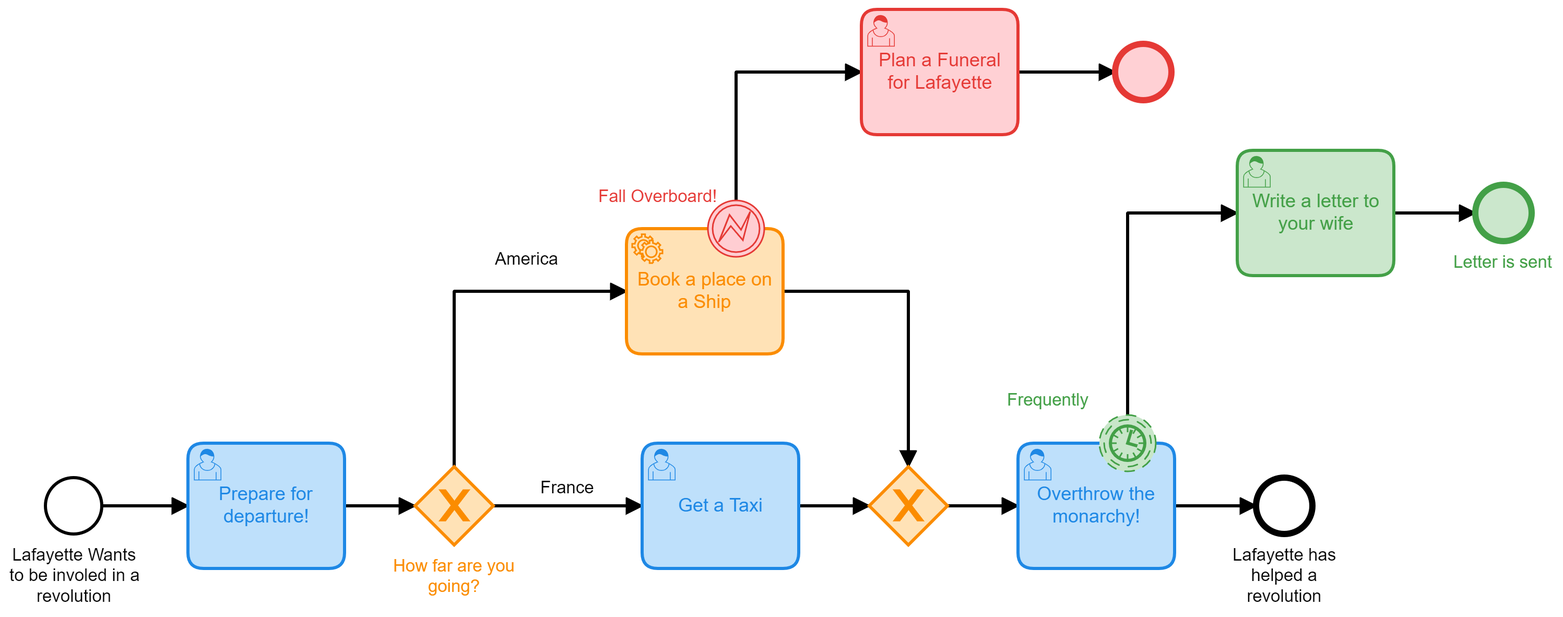
Above: src/main/resources/images/LafayetteV4.png in camunda-community-hub/Camunda-7-Spring-Boot-Tutorial-Lafayette (BPMN), before the change. Its source is kept beside it as src/main/resources/LafayetteV4.bpmn. Ids are renumbered. Its diagram source:
```xml
<bpmn:definitions xmlns:bpmn="http://www.omg.org/spec/BPMN/20100524/MODEL" xmlns:bpmndi="http://www.omg.org/spec/BPMN/20100524/DI" xmlns:dc="http://www.omg.org/spec/DD/20100524/DC" xmlns:di="http://www.omg.org/spec/DD/20100524/DI" xmlns:camunda="http://camunda.org/schema/1.0/bpmn" xmlns:bioc="http://bpmn.io/schema/bpmn/biocolor/1.0" xmlns:xsi="http://www.w3.org/2001/XMLSchema-instance" id="Definitions_n1" targetNamespace="http://bpmn.io/schema/bpmn" exporter="Camunda Modeler" exporterVersion="4.8.0">
  <bpmn:process id="Lafayette-process-v4" name="Lafayette Version 4." isExecutable="true">
    <bpmn:startEvent id="StartEvent_1" name="Lafayette Wants to be involed in a revolution">
      <bpmn:outgoing>SequenceFlow_n2</bpmn:outgoing>
    </bpmn:startEvent>
    <bpmn:sequenceFlow id="SequenceFlow_n2" sourceRef="StartEvent_1" targetRef="Activity_n3" />
    <bpmn:endEvent id="EndEvent_n4" name="Lafayette has helped a revolution">
      <bpmn:incoming>Flow_n5</bpmn:incoming>
    </bpmn:endEvent>
    <bpmn:userTask id="Activity_n3" name="Prepare for departure!" camunda:formKey="camunda-forms:/forms/preparetrip.form">
      <bpmn:incoming>SequenceFlow_n2</bpmn:incoming>
      <bpmn:outgoing>Flow_n6</bpmn:outgoing>
    </bpmn:userTask>
    <bpmn:sequenceFlow id="Flow_n6" sourceRef="Activity_n3" targetRef="Gateway_n7" />
    <bpmn:sequenceFlow id="Flow_n8" sourceRef="Activity_n9" targetRef="Gateway_n10" />
    <bpmn:userTask id="Activity_n9" name="Get a Taxi" camunda:formKey="camunda-forms:/forms/GetTaxi.form">
      <bpmn:incoming>Flow_n11</bpmn:incoming>
      <bpmn:outgoing>Flow_n8</bpmn:outgoing>
    </bpmn:userTask>
    <bpmn:sequenceFlow id="Flow_n5" sourceRef="Activity_n12" targetRef="EndEvent_n4" />
    <bpmn:userTask id="Activity_n12" name="Overthrow the monarchy!">
      <bpmn:incoming>Flow_n13</bpmn:incoming>
      <bpmn:outgoing>Flow_n5</bpmn:outgoing>
    </bpmn:userTask>
    <bpmn:exclusiveGateway id="Gateway_n7" name="How far are you going?">
      <bpmn:incoming>Flow_n6</bpmn:incoming>
      <bpmn:outgoing>Flow_n11</bpmn:outgoing>
      <bpmn:outgoing>Flow_n14</bpmn:outgoing>
    </bpmn:exclusiveGateway>
    <bpmn:sequenceFlow id="Flow_n11" name="France" sourceRef="Gateway_n7" targetRef="Activity_n9">
      <bpmn:conditionExpression xsi:type="bpmn:tFormalExpression">#{country == 'France'}</bpmn:conditionExpression>
    </bpmn:sequenceFlow>
    <bpmn:sequenceFlow id="Flow_n14" name="America" sourceRef="Gateway_n7" targetRef="Activity_n15">
      <bpmn:conditionExpression xsi:type="bpmn:tFormalExpression">#{country == 'America'}</bpmn:conditionExpression>
    </bpmn:sequenceFlow>
    <bpmn:exclusiveGateway id="Gateway_n10">
      <bpmn:incoming>Flow_n8</bpmn:incoming>
      <bpmn:incoming>Flow_n16</bpmn:incoming>
      <bpmn:outgoing>Flow_n13</bpmn:outgoing>
    </bpmn:exclusiveGateway>
    <bpmn:sequenceFlow id="Flow_n13" sourceRef="Gateway_n10" targetRef="Activity_n12" />
    <bpmn:sequenceFlow id="Flow_n16" sourceRef="Activity_n15" targetRef="Gateway_n10" />
    <bpmn:serviceTask id="Activity_n15" name="Book a place on a Ship" camunda:delegateExpression="#{reserveSeatOnBoatError}">
      <bpmn:incoming>Flow_n14</bpmn:incoming>
      <bpmn:outgoing>Flow_n16</bpmn:outgoing>
    </bpmn:serviceTask>
    <bpmn:boundaryEvent id="Event_n17" name="Frequently" cancelActivity="false" attachedToRef="Activity_n12">
      <bpmn:outgoing>Flow_n18</bpmn:outgoing>
      <bpmn:timerEventDefinition id="TimerEventDefinition_n19">
        <bpmn:timeCycle xsi:type="bpmn:tFormalExpression">R/PT2M</bpmn:timeCycle>
      </bpmn:timerEventDefinition>
    </bpmn:boundaryEvent>
    <bpmn:sequenceFlow id="Flow_n18" sourceRef="Event_n17" targetRef="Activity_n20" />
    <bpmn:endEvent id="Event_n21" name="Letter is sent">
      <bpmn:incoming>Flow_n22</bpmn:incoming>
    </bpmn:endEvent>
    <bpmn:sequenceFlow id="Flow_n22" sourceRef="Activity_n20" targetRef="Event_n21" />
    <bpmn:userTask id="Activity_n20" name="Write a letter to your wife">
      <bpmn:incoming>Flow_n18</bpmn:incoming>
      <bpmn:outgoing>Flow_n22</bpmn:outgoing>
    </bpmn:userTask>
    <bpmn:boundaryEvent id="Event_n23" name="Fall Overboard!" attachedToRef="Activity_n15">
      <bpmn:outgoing>Flow_n24</bpmn:outgoing>
      <bpmn:errorEventDefinition id="ErrorEventDefinition_n25" errorRef="Error_n26" camunda:errorMessageVariable="reasonForFalling" />
    </bpmn:boundaryEvent>
    <bpmn:userTask id="Activity_n27" name="Plan a Funeral for Lafayette">
      <bpmn:incoming>Flow_n24</bpmn:incoming>
      <bpmn:outgoing>Flow_n28</bpmn:outgoing>
    </bpmn:userTask>
    <bpmn:sequenceFlow id="Flow_n24" sourceRef="Event_n23" targetRef="Activity_n27" />
    <bpmn:endEvent id="Event_n29">
      <bpmn:incoming>Flow_n28</bpmn:incoming>
    </bpmn:endEvent>
    <bpmn:sequenceFlow id="Flow_n28" sourceRef="Activity_n27" targetRef="Event_n29" />
  </bpmn:process>
  <bpmn:error id="Error_n26" name="Fall_Overboard" errorCode="Fall_Overboard" />
  <bpmndi:BPMNDiagram id="BPMNDiagram_1">
    <bpmndi:BPMNPlane id="BPMNPlane_1" bpmnElement="Lafayette-process-v4">
      <bpmndi:BPMNEdge id="Flow_n22_di" bpmnElement="Flow_n22">
        <di:waypoint x="1040" y="210" />
        <di:waypoint x="1092" y="210" />
      </bpmndi:BPMNEdge>
      <bpmndi:BPMNEdge id="Flow_n18_di" bpmnElement="Flow_n18">
        <di:waypoint x="870" y="339" />
        <di:waypoint x="870" y="210" />
        <di:waypoint x="940" y="210" />
      </bpmndi:BPMNEdge>
      <bpmndi:BPMNEdge id="Flow_n16_di" bpmnElement="Flow_n16">
        <di:waypoint x="650" y="260" />
        <di:waypoint x="730" y="260" />
        <di:waypoint x="730" y="372" />
      </bpmndi:BPMNEdge>
      <bpmndi:BPMNEdge id="Flow_n13_di" bpmnElement="Flow_n13">
        <di:waypoint x="755" y="397" />
        <di:waypoint x="800" y="397" />
      </bpmndi:BPMNEdge>
      <bpmndi:BPMNEdge id="Flow_n14_di" bpmnElement="Flow_n14">
        <di:waypoint x="440" y="372" />
        <di:waypoint x="440" y="260" />
        <di:waypoint x="550" y="260" />
        <bpmndi:BPMNLabel>
          <dc:Bounds x="466" y="233" width="40" height="14" />
        </bpmndi:BPMNLabel>
      </bpmndi:BPMNEdge>
      <bpmndi:BPMNEdge id="Flow_n11_di" bpmnElement="Flow_n11">
        <di:waypoint x="465" y="397" />
        <di:waypoint x="560" y="397" />
        <bpmndi:BPMNLabel>
          <dc:Bounds x="495" y="379" width="35" height="14" />
        </bpmndi:BPMNLabel>
      </bpmndi:BPMNEdge>
      <bpmndi:BPMNEdge id="Flow_n5_di" bpmnElement="Flow_n5">
        <di:waypoint x="900" y="397" />
        <di:waypoint x="952" y="397" />
      </bpmndi:BPMNEdge>
      <bpmndi:BPMNEdge id="Flow_n8_di" bpmnElement="Flow_n8">
        <di:waypoint x="660" y="397" />
        <di:waypoint x="705" y="397" />
      </bpmndi:BPMNEdge>
      <bpmndi:BPMNEdge id="Flow_n6_di" bpmnElement="Flow_n6">
        <di:waypoint x="370" y="397" />
        <di:waypoint x="415" y="397" />
      </bpmndi:BPMNEdge>
      <bpmndi:BPMNEdge id="SequenceFlow_n2_di" bpmnElement="SequenceFlow_n2">
        <di:waypoint x="215" y="397" />
        <di:waypoint x="270" y="397" />
      </bpmndi:BPMNEdge>
      <bpmndi:BPMNEdge id="Flow_n24_di" bpmnElement="Flow_n24">
        <di:waypoint x="620" y="202" />
        <di:waypoint x="620" y="120" />
        <di:waypoint x="700" y="120" />
      </bpmndi:BPMNEdge>
      <bpmndi:BPMNEdge id="Flow_n28_di" bpmnElement="Flow_n28">
        <di:waypoint x="800" y="120" />
        <di:waypoint x="862" y="120" />
      </bpmndi:BPMNEdge>
      <bpmndi:BPMNShape id="_BPMNShape_StartEvent_2" bpmnElement="StartEvent_1">
        <dc:Bounds x="179" y="379" width="36" height="36" />
        <bpmndi:BPMNLabel>
          <dc:Bounds x="156" y="422" width="83" height="40" />
        </bpmndi:BPMNLabel>
      </bpmndi:BPMNShape>
      <bpmndi:BPMNShape id="EndEvent_n4_di" bpmnElement="EndEvent_n4">
        <dc:Bounds x="952" y="379" width="36" height="36" />
        <bpmndi:BPMNLabel>
          <dc:Bounds x="937" y="422" width="67" height="40" />
        </bpmndi:BPMNLabel>
      </bpmndi:BPMNShape>
      <bpmndi:BPMNShape id="Activity_n3_di" bpmnElement="Activity_n3" bioc:stroke="rgb(30, 136, 229)" bioc:fill="rgb(187, 222, 251)">
        <dc:Bounds x="270" y="357" width="100" height="80" />
      </bpmndi:BPMNShape>
      <bpmndi:BPMNShape id="Activity_1lu1qtk_di" bpmnElement="Activity_n9" bioc:stroke="rgb(30, 136, 229)" bioc:fill="rgb(187, 222, 251)">
        <dc:Bounds x="560" y="357" width="100" height="80" />
      </bpmndi:BPMNShape>
      <bpmndi:BPMNShape id="Activity_0lh3lbj_di" bpmnElement="Activity_n12" bioc:stroke="rgb(30, 136, 229)" bioc:fill="rgb(187, 222, 251)">
        <dc:Bounds x="800" y="357" width="100" height="80" />
      </bpmndi:BPMNShape>
      <bpmndi:BPMNShape id="Gateway_n7_di" bpmnElement="Gateway_n7" isMarkerVisible="true" bioc:stroke="rgb(251, 140, 0)" bioc:fill="rgb(255, 224, 178)">
        <dc:Bounds x="415" y="372" width="50" height="50" />
        <bpmndi:BPMNLabel>
          <dc:Bounds x="401" y="429" width="78" height="27" />
        </bpmndi:BPMNLabel>
      </bpmndi:BPMNShape>
      <bpmndi:BPMNShape id="Gateway_n10_di" bpmnElement="Gateway_n10" isMarkerVisible="true" bioc:stroke="rgb(251, 140, 0)" bioc:fill="rgb(255, 224, 178)">
        <dc:Bounds x="705" y="372" width="50" height="50" />
      </bpmndi:BPMNShape>
      <bpmndi:BPMNShape id="Activity_1d7iv80_di" bpmnElement="Activity_n15" bioc:stroke="rgb(251, 140, 0)" bioc:fill="rgb(255, 224, 178)">
        <dc:Bounds x="550" y="220" width="100" height="80" />
      </bpmndi:BPMNShape>
      <bpmndi:BPMNShape id="Event_n21_di" bpmnElement="Event_n21" bioc:stroke="rgb(67, 160, 71)" bioc:fill="rgb(200, 230, 201)">
        <dc:Bounds x="1092" y="192" width="36" height="36" />
        <bpmndi:BPMNLabel>
          <dc:Bounds x="1078" y="235" width="64" height="14" />
        </bpmndi:BPMNLabel>
      </bpmndi:BPMNShape>
      <bpmndi:BPMNShape id="Activity_05bdmd3_di" bpmnElement="Activity_n20" bioc:stroke="rgb(67, 160, 71)" bioc:fill="rgb(200, 230, 201)">
        <dc:Bounds x="940" y="170" width="100" height="80" />
      </bpmndi:BPMNShape>
      <bpmndi:BPMNShape id="Activity_n27_di" bpmnElement="Activity_n27" bioc:stroke="rgb(229, 57, 53)" bioc:fill="rgb(255, 205, 210)">
        <dc:Bounds x="700" y="80" width="100" height="80" />
      </bpmndi:BPMNShape>
      <bpmndi:BPMNShape id="Event_n29_di" bpmnElement="Event_n29" bioc:stroke="rgb(229, 57, 53)" bioc:fill="rgb(255, 205, 210)">
        <dc:Bounds x="862" y="102" width="36" height="36" />
      </bpmndi:BPMNShape>
      <bpmndi:BPMNShape id="Event_1xxoife_di" bpmnElement="Event_n17" bioc:stroke="rgb(67, 160, 71)" bioc:fill="rgb(200, 230, 201)">
        <dc:Bounds x="852" y="339" width="36" height="36" />
        <bpmndi:BPMNLabel>
          <dc:Bounds x="793" y="323" width="53" height="14" />
        </bpmndi:BPMNLabel>
      </bpmndi:BPMNShape>
      <bpmndi:BPMNShape id="Event_1hmsdkm_di" bpmnElement="Event_n23" bioc:stroke="rgb(229, 57, 53)" bioc:fill="rgb(255, 205, 210)">
        <dc:Bounds x="602" y="202" width="36" height="36" />
        <bpmndi:BPMNLabel>
          <dc:Bounds x="532" y="193" width="76" height="14" />
        </bpmndi:BPMNLabel>
      </bpmndi:BPMNShape>
    </bpmndi:BPMNPlane>
  </bpmndi:BPMNDiagram>
</bpmn:definitions>
```
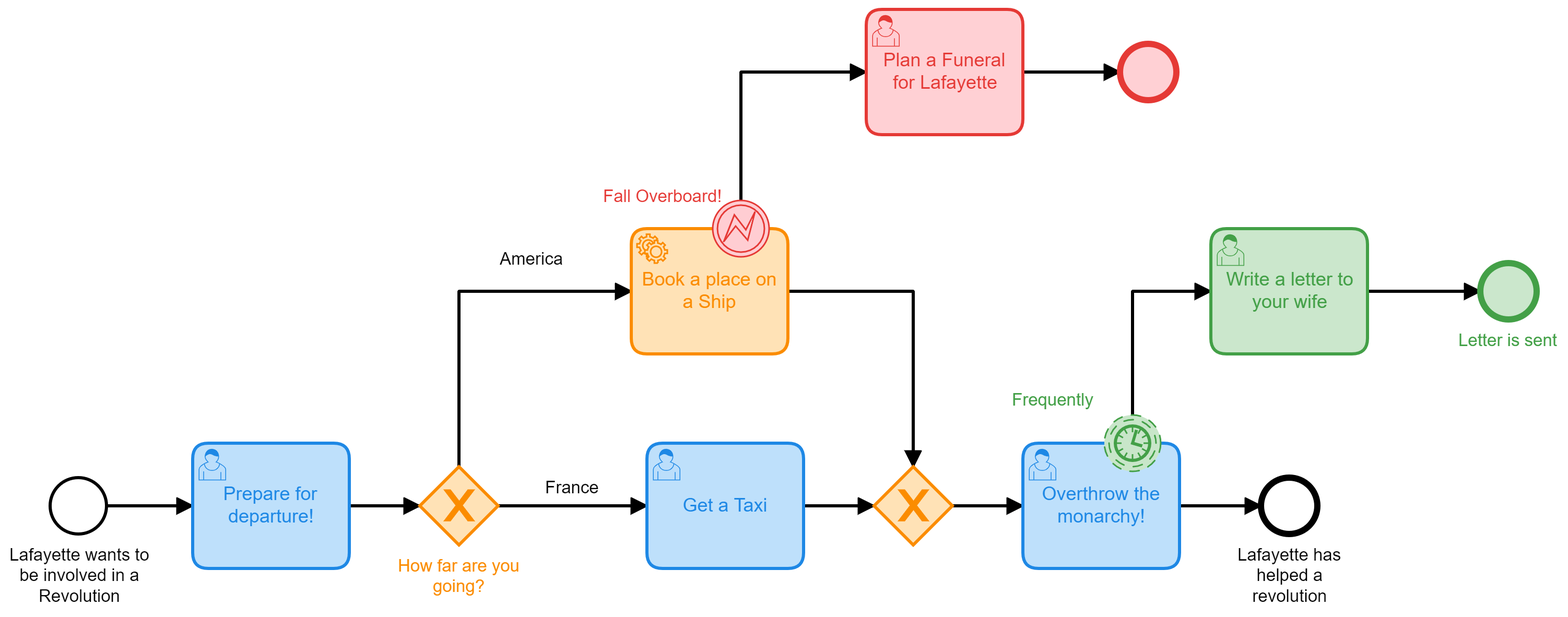
Later version of the same file.

Change to the diagram source:
```diff
@@ -1,6 +1,6 @@
 <bpmn:definitions xmlns:bpmn="http://www.omg.org/spec/BPMN/20100524/MODEL" xmlns:bpmndi="http://www.omg.org/spec/BPMN/20100524/DI" xmlns:dc="http://www.omg.org/spec/DD/20100524/DC" xmlns:di="http://www.omg.org/spec/DD/20100524/DI" xmlns:camunda="http://camunda.org/schema/1.0/bpmn" xmlns:bioc="http://bpmn.io/schema/bpmn/biocolor/1.0" xmlns:xsi="http://www.w3.org/2001/XMLSchema-instance" id="Definitions_n1" targetNamespace="http://bpmn.io/schema/bpmn" exporter="Camunda Modeler" exporterVersion="4.8.0">
   <bpmn:process id="Lafayette-process-v4" name="Lafayette Version 4." isExecutable="true">
-    <bpmn:startEvent id="StartEvent_1" name="Lafayette Wants to be involed in a revolution">
+    <bpmn:startEvent id="StartEvent_1" name="Lafayette wants to be involved in a Revolution">
       <bpmn:outgoing>SequenceFlow_n2</bpmn:outgoing>
     </bpmn:startEvent>
     <bpmn:sequenceFlow id="SequenceFlow_n2" sourceRef="StartEvent_1" targetRef="Activity_n3" />
@@ -76,14 +76,23 @@
   <bpmn:error id="Error_n26" name="Fall_Overboard" errorCode="Fall_Overboard" />
   <bpmndi:BPMNDiagram id="BPMNDiagram_1">
     <bpmndi:BPMNPlane id="BPMNPlane_1" bpmnElement="Lafayette-process-v4">
+      <bpmndi:BPMNEdge id="Flow_n28_di" bpmnElement="Flow_n28">
+        <di:waypoint x="800" y="120" />
+        <di:waypoint x="862" y="120" />
+      </bpmndi:BPMNEdge>
+      <bpmndi:BPMNEdge id="Flow_n24_di" bpmnElement="Flow_n24">
+        <di:waypoint x="620" y="202" />
+        <di:waypoint x="620" y="120" />
+        <di:waypoint x="700" y="120" />
+      </bpmndi:BPMNEdge>
       <bpmndi:BPMNEdge id="Flow_n22_di" bpmnElement="Flow_n22">
-        <di:waypoint x="1040" y="210" />
-        <di:waypoint x="1092" y="210" />
+        <di:waypoint x="1020" y="260" />
+        <di:waypoint x="1092" y="260" />
       </bpmndi:BPMNEdge>
       <bpmndi:BPMNEdge id="Flow_n18_di" bpmnElement="Flow_n18">
         <di:waypoint x="870" y="339" />
-        <di:waypoint x="870" y="210" />
-        <di:waypoint x="940" y="210" />
+        <di:waypoint x="870" y="260" />
+        <di:waypoint x="920" y="260" />
       </bpmndi:BPMNEdge>
       <bpmndi:BPMNEdge id="Flow_n16_di" bpmnElement="Flow_n16">
         <di:waypoint x="650" y="260" />
@@ -125,19 +134,10 @@
         <di:waypoint x="215" y="397" />
         <di:waypoint x="270" y="397" />
       </bpmndi:BPMNEdge>
-      <bpmndi:BPMNEdge id="Flow_n24_di" bpmnElement="Flow_n24">
-        <di:waypoint x="620" y="202" />
-        <di:waypoint x="620" y="120" />
-        <di:waypoint x="700" y="120" />
-      </bpmndi:BPMNEdge>
-      <bpmndi:BPMNEdge id="Flow_n28_di" bpmnElement="Flow_n28">
-        <di:waypoint x="800" y="120" />
-        <di:waypoint x="862" y="120" />
-      </bpmndi:BPMNEdge>
       <bpmndi:BPMNShape id="_BPMNShape_StartEvent_2" bpmnElement="StartEvent_1">
         <dc:Bounds x="179" y="379" width="36" height="36" />
         <bpmndi:BPMNLabel>
-          <dc:Bounds x="156" y="422" width="83" height="40" />
+          <dc:Bounds x="153" y="422" width="90" height="40" />
         </bpmndi:BPMNLabel>
       </bpmndi:BPMNShape>
       <bpmndi:BPMNShape id="EndEvent_n4_di" bpmnElement="EndEvent_n4">
@@ -168,13 +168,13 @@
         <dc:Bounds x="550" y="220" width="100" height="80" />
       </bpmndi:BPMNShape>
       <bpmndi:BPMNShape id="Event_n21_di" bpmnElement="Event_n21" bioc:stroke="rgb(67, 160, 71)" bioc:fill="rgb(200, 230, 201)">
-        <dc:Bounds x="1092" y="192" width="36" height="36" />
+        <dc:Bounds x="1092" y="242" width="36" height="36" />
         <bpmndi:BPMNLabel>
-          <dc:Bounds x="1078" y="235" width="64" height="14" />
+          <dc:Bounds x="1078" y="285" width="64" height="14" />
         </bpmndi:BPMNLabel>
       </bpmndi:BPMNShape>
       <bpmndi:BPMNShape id="Activity_05bdmd3_di" bpmnElement="Activity_n20" bioc:stroke="rgb(67, 160, 71)" bioc:fill="rgb(200, 230, 201)">
-        <dc:Bounds x="940" y="170" width="100" height="80" />
+        <dc:Bounds x="920" y="220" width="100" height="80" />
       </bpmndi:BPMNShape>
       <bpmndi:BPMNShape id="Activity_n27_di" bpmnElement="Activity_n27" bioc:stroke="rgb(229, 57, 53)" bioc:fill="rgb(255, 205, 210)">
         <dc:Bounds x="700" y="80" width="100" height="80" />
@@ -182,18 +182,18 @@
       <bpmndi:BPMNShape id="Event_n29_di" bpmnElement="Event_n29" bioc:stroke="rgb(229, 57, 53)" bioc:fill="rgb(255, 205, 210)">
         <dc:Bounds x="862" y="102" width="36" height="36" />
       </bpmndi:BPMNShape>
+      <bpmndi:BPMNShape id="Event_1hmsdkm_di" bpmnElement="Event_n23" bioc:stroke="rgb(229, 57, 53)" bioc:fill="rgb(255, 205, 210)">
+        <dc:Bounds x="602" y="202" width="36" height="36" />
+        <bpmndi:BPMNLabel>
+          <dc:Bounds x="532" y="193" width="76" height="14" />
+        </bpmndi:BPMNLabel>
+      </bpmndi:BPMNShape>
       <bpmndi:BPMNShape id="Event_1xxoife_di" bpmnElement="Event_n17" bioc:stroke="rgb(67, 160, 71)" bioc:fill="rgb(200, 230, 201)">
         <dc:Bounds x="852" y="339" width="36" height="36" />
         <bpmndi:BPMNLabel>
           <dc:Bounds x="793" y="323" width="53" height="14" />
         </bpmndi:BPMNLabel>
       </bpmndi:BPMNShape>
-      <bpmndi:BPMNShape id="Event_1hmsdkm_di" bpmnElement="Event_n23" bioc:stroke="rgb(229, 57, 53)" bioc:fill="rgb(255, 205, 210)">
-        <dc:Bounds x="602" y="202" width="36" height="36" />
-        <bpmndi:BPMNLabel>
-          <dc:Bounds x="532" y="193" width="76" height="14" />
-        </bpmndi:BPMNLabel>
-      </bpmndi:BPMNShape>
     </bpmndi:BPMNPlane>
   </bpmndi:BPMNDiagram>
 </bpmn:definitions>
```
